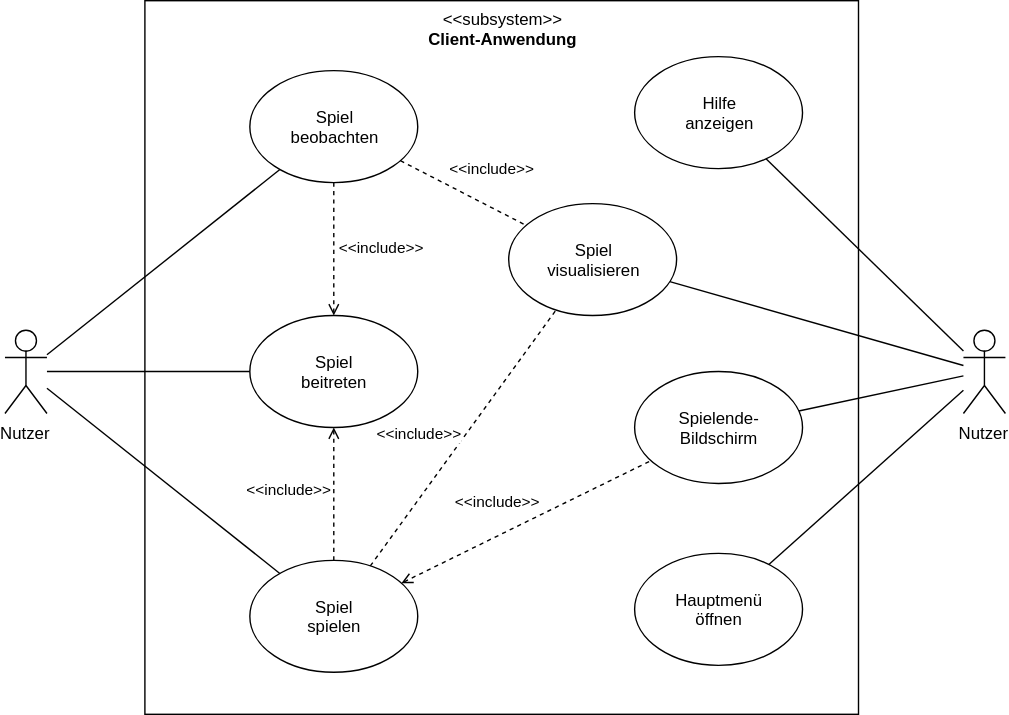
The draw.io diagram Meilenstein02/images/AFD_Client.svg in SoPra-Team-10/SopraGruppe10, before a commit. Source tidied: cells renumbered, new cells last; positions are measured from the earlier drawing's top-left corner, leaving out a move shared by most shapes.
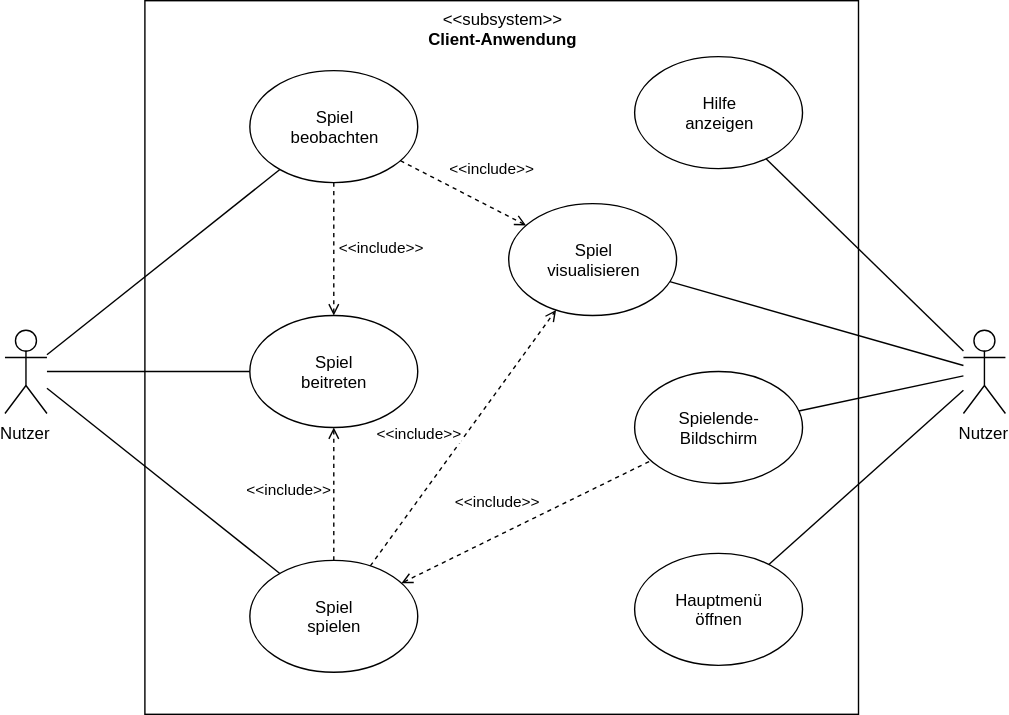
The same diagram one commit later.

Commit message:
Pfeile beim client

Change to the diagram source:
```diff
@@ -64,10 +64,10 @@
     <mxCell id="21" value="&lt;div&gt;Spiel&lt;/div&gt;&lt;div&gt;visualisieren&lt;br&gt;&lt;/div&gt;" style="ellipse;whiteSpace=wrap;html=1;fillColor=none;" parent="1" vertex="1">
       <mxGeometry x="360" y="145" width="120" height="80" as="geometry" />
     </mxCell>
-    <mxCell id="22" value="&amp;lt;&amp;lt;include&amp;gt;&amp;gt;" style="endArrow=none;dashed=1;html=1;" parent="1" edge="1" source="7" target="21">
+    <mxCell id="22" value="&amp;lt;&amp;lt;include&amp;gt;&amp;gt;" style="endArrow=open;dashed=1;html=1;startArrow=none;startFill=0;endFill=0;" parent="1" edge="1" source="7" target="21">
       <mxGeometry x="-0.15" y="28" relative="1" as="geometry" />
     </mxCell>
-    <mxCell id="23" value="&amp;lt;&amp;lt;include&amp;gt;&amp;gt;" style="endArrow=none;dashed=1;html=1;" parent="1" edge="1" source="8" target="21">
+    <mxCell id="23" value="&amp;lt;&amp;lt;include&amp;gt;&amp;gt;" style="endArrow=open;dashed=1;html=1;endFill=0;" parent="1" edge="1" source="8" target="21">
       <mxGeometry x="0.2" y="25" relative="1" as="geometry" />
     </mxCell>
     <mxCell id="24" style="endArrow=none;html=1;" parent="1" edge="1" source="2" target="21">
```
